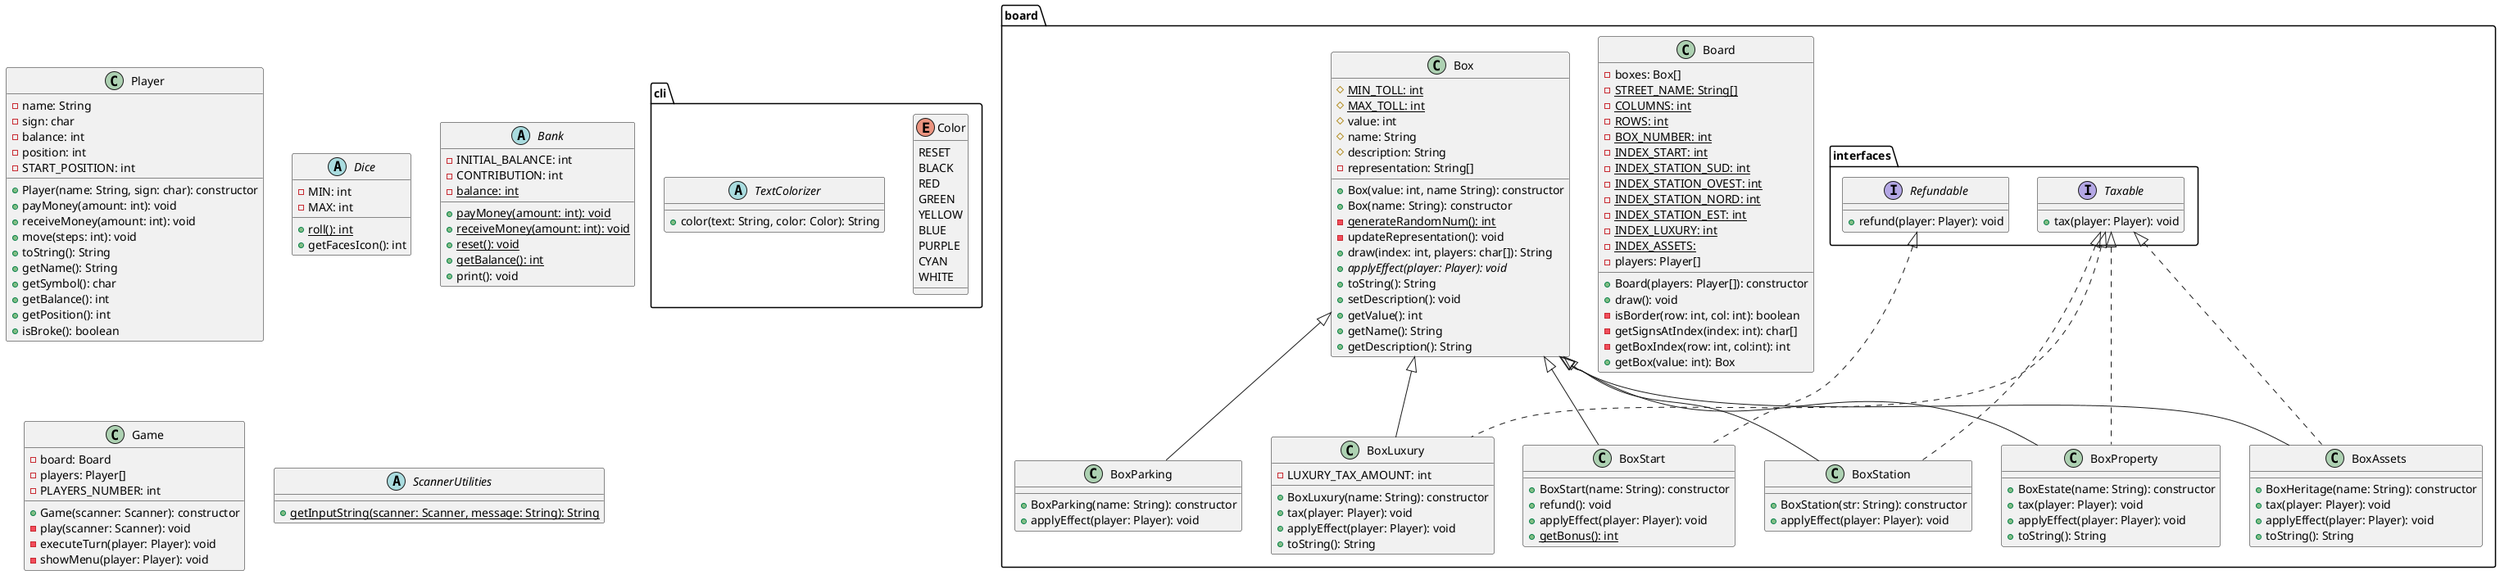
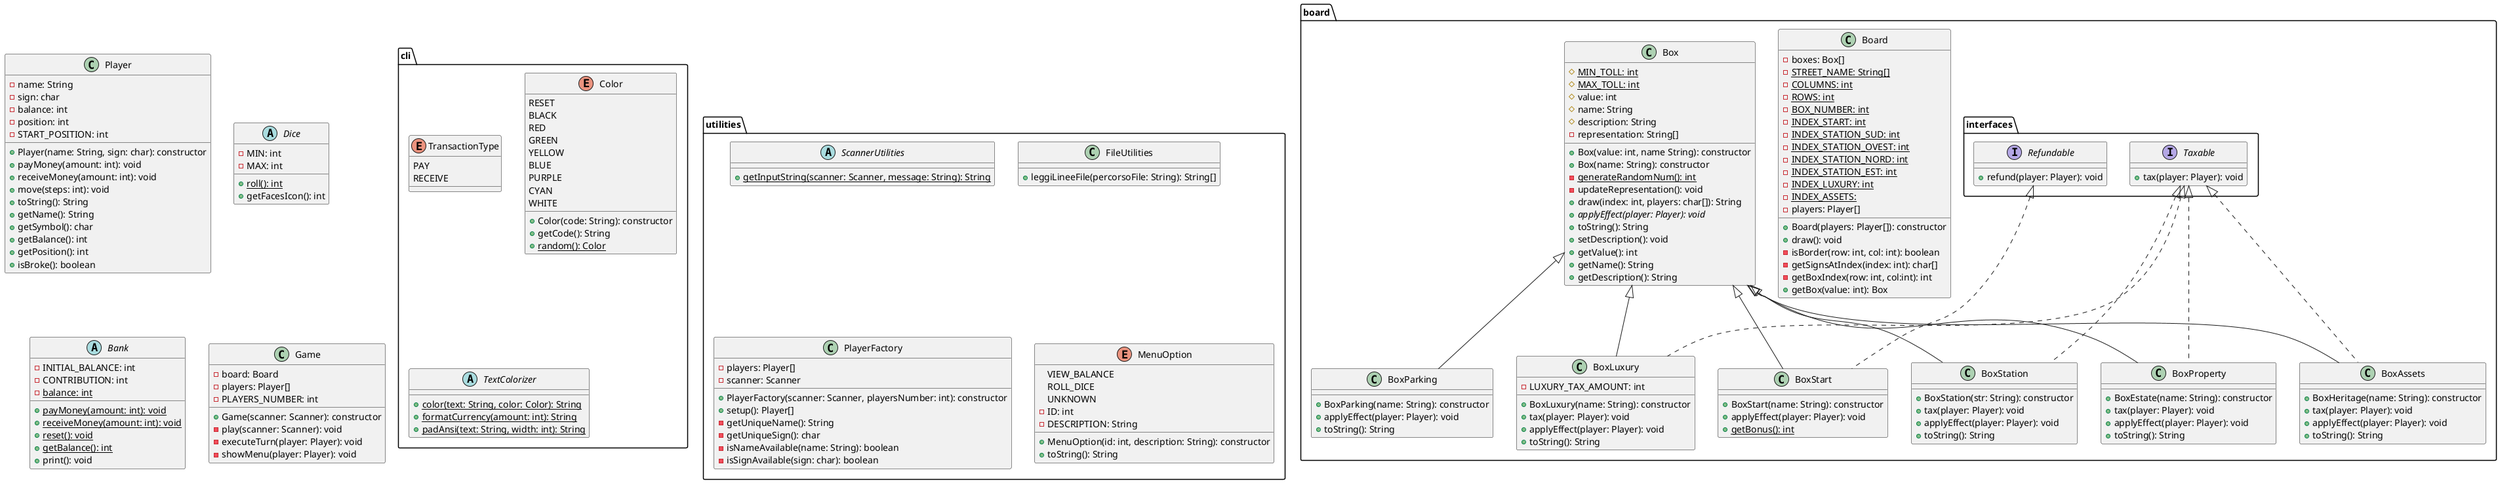
@startuml

class Player {
  - name: String
  - sign: char
  - balance: int
  - position: int
  - START_POSITION: int
  + Player(name: String, sign: char): constructor
  + payMoney(amount: int): void
  + receiveMoney(amount: int): void
  + move(steps: int): void
  + toString(): String
  + getName(): String
  + getSymbol(): char
  + getBalance(): int
  + getPosition(): int
  + isBroke(): boolean
}

abstract class Dice {
  - MIN: int
  - MAX: int
  + {static} roll(): int
  + getFacesIcon(): int
}

abstract class Bank {
  - INITIAL_BALANCE: int
  - CONTRIBUTION: int
  - {static} balance: int
  + {static} payMoney(amount: int): void
  + {static} receiveMoney(amount: int): void
  + {static} reset(): void
  + {static} getBalance(): int
  + print(): void
}

class Game {
  - board: Board
  - players: Player[]
  - PLAYERS_NUMBER: int
  + Game(scanner: Scanner): constructor
  - play(scanner: Scanner): void
  - executeTurn(player: Player): void
  - showMenu(player: Player): void
}

package cli {
+     enum TransactionType{
+         PAY
+         RECEIVE
+     }
+ 
    enum Color {
        RESET
        BLACK
        RED
        GREEN
        YELLOW
        BLUE
        PURPLE
        CYAN
        WHITE
+         + Color(code: String): constructor
+         + getCode(): String
+         + {static} random(): Color
    }

    abstract class TextColorizer {
-         + color(text: String, color: Color): String
+         + {static} color(text: String, color: Color): String
+         + {static} formatCurrency(amount: int): String
+         + {static} padAnsi(text: String, width: int): String
    }
}

package board{
    package interfaces {
        interface Taxable {
          + tax(player: Player): void
        }

        interface Refundable {
          + refund(player: Player): void
        }
    }

    class Board {
      - boxes: Box[]
      - {static} STREET_NAME: String[]
      - {static} COLUMNS: int
      - {static} ROWS: int
      - {static} BOX_NUMBER: int
      - {static} INDEX_START: int
      - {static} INDEX_STATION_SUD: int
      - {static} INDEX_STATION_OVEST: int
      - {static} INDEX_STATION_NORD: int
      - {static} INDEX_STATION_EST: int
      - {static} INDEX_LUXURY: int
      - {static} INDEX_ASSETS:
      - players: Player[]
      + Board(players: Player[]): constructor
      + draw(): void
      - isBorder(row: int, col: int): boolean
      - getSignsAtIndex(index: int): char[]
      - getBoxIndex(row: int, col:int): int
      + getBox(value: int): Box
    }

    class Box {
      # {static} MIN_TOLL: int
      # {static} MAX_TOLL: int
      # value: int
      # name: String
      # description: String
      - representation: String[]
      + Box(value: int, name String): constructor
      + Box(name: String): constructor
      - {static} generateRandomNum(): int
      - updateRepresentation(): void
      + draw(index: int, players: char[]): String
      + {abstract} applyEffect(player: Player): void
      + toString(): String
      + setDescription(): void
      + getValue(): int
      + getName(): String
      + getDescription(): String
    }

    class BoxProperty {
      + BoxEstate(name: String): constructor
      + tax(player: Player): void
      + applyEffect(player: Player): void
      + toString(): String
    }

    class BoxAssets {
      + BoxHeritage(name: String): constructor
      + tax(player: Player): void
      + applyEffect(player: Player): void
      + toString(): String
    }

    class BoxLuxury {
      - LUXURY_TAX_AMOUNT: int
      + BoxLuxury(name: String): constructor
      + tax(player: Player): void
      + applyEffect(player: Player): void
      + toString(): String
    }

    class BoxParking {
      + BoxParking(name: String): constructor
      + applyEffect(player: Player): void
+       + toString(): String
    }

    class BoxStart {
      + BoxStart(name: String): constructor
-       + refund(): void
      + applyEffect(player: Player): void
      + {static} getBonus(): int
    }

    class BoxStation {
      + BoxStation(str: String): constructor
-       + applyEffect(player: Player): void
+       + tax(player: Player): void
+       + applyEffect(player: Player): void
+       + toString(): String
    }
}

Box <|-- BoxProperty
Box <|-- BoxAssets
Box <|-- BoxLuxury
Box <|-- BoxParking
Box <|-- BoxStart
Box <|-- BoxStation

Taxable <|.. BoxLuxury
Taxable <|.. BoxAssets
Taxable <|.. BoxStation
Taxable <|.. BoxProperty

Refundable <|.. BoxStart

- abstract class ScannerUtilities {
-   + {static} getInputString(scanner: Scanner, message: String): String
+ package utilities {
+     abstract class ScannerUtilities {
+       + {static} getInputString(scanner: Scanner, message: String): String
+     }
+ 
+     class FileUtilities {
+        + leggiLineeFile(percorsoFile: String): String[]
+     }
+ 
+     class PlayerFactory {
+        - players: Player[]
+        - scanner: Scanner
+        + PlayerFactory(scanner: Scanner, playersNumber: int): constructor
+        + setup(): Player[]
+        - getUniqueName(): String
+        - getUniqueSign(): char
+        - isNameAvailable(name: String): boolean
+        - isSignAvailable(sign: char): boolean
+     }
+ 
+     enum MenuOption {
+         VIEW_BALANCE
+         ROLL_DICE
+         UNKNOWN
+         - ID: int
+         - DESCRIPTION: String
+         + MenuOption(id: int, description: String): constructor
+         + toString(): String
+     }
}

@enduml